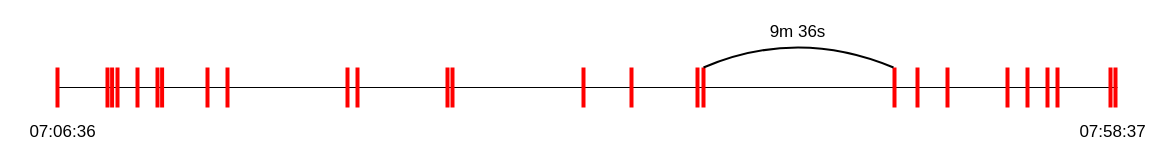
This is diagrams/sensor_eval.drawio from artis-project/artis-thesis, a draw.io file, before an edit. Source tidied: cells renumbered, new cells numbered last; positions are measured from the earlier drawing's top-left corner, leaving out a move shared by most shapes. Both pictures are drawn from the tidied source at 100%, with x=0, y=0 at pixel (17, 17).
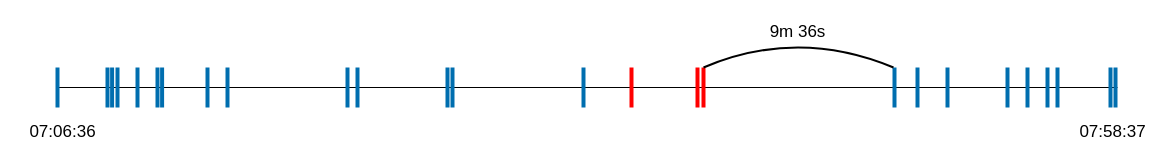
After the change.

What changed in the source:
```diff
@@
-    <mxCell id="4" style="endArrow=none;html=1;rounded=0;strokeColor=#ff0000;strokeWidth=4;" parent="1" edge="1">
+    <mxCell id="4" style="endArrow=none;html=1;rounded=0;strokeColor=#006EAF;strokeWidth=4;fillColor=#1ba1e2;" parent="1" edge="1">
       <mxGeometry relative="1" as="geometry">
         <mxPoint x="40" y="90" as="sourcePoint" />
         <mxPoint x="40" y="50" as="targetPoint" />
       </mxGeometry>
     </mxCell>
-    <mxCell id="5" style="endArrow=none;html=1;rounded=0;strokeColor=#ff0000;strokeWidth=4;" parent="1" edge="1">
+    <mxCell id="5" style="endArrow=none;html=1;rounded=0;strokeColor=#006EAF;strokeWidth=4;fillColor=#1ba1e2;" parent="1" edge="1">
       <mxGeometry relative="1" as="geometry">
         <mxPoint x="90" y="90" as="sourcePoint" />
         <mxPoint x="90" y="50" as="targetPoint" />
       </mxGeometry>
     </mxCell>
-    <mxCell id="6" style="endArrow=none;html=1;rounded=0;strokeColor=#ff0000;strokeWidth=4;" parent="1" edge="1">
+    <mxCell id="6" style="endArrow=none;html=1;rounded=0;strokeColor=#006EAF;strokeWidth=4;fillColor=#1ba1e2;" parent="1" edge="1">
       <mxGeometry relative="1" as="geometry">
         <mxPoint x="94.6" y="90" as="sourcePoint" />
         <mxPoint x="94.6" y="50" as="targetPoint" />
       </mxGeometry>
     </mxCell>
-    <mxCell id="7" style="endArrow=none;html=1;rounded=0;strokeColor=#ff0000;strokeWidth=4;" parent="1" edge="1">
+    <mxCell id="7" style="endArrow=none;html=1;rounded=0;strokeColor=#006EAF;strokeWidth=4;fillColor=#1ba1e2;" parent="1" edge="1">
       <mxGeometry relative="1" as="geometry">
         <mxPoint x="100" y="90" as="sourcePoint" />
         <mxPoint x="100" y="50" as="targetPoint" />
       </mxGeometry>
     </mxCell>
-    <mxCell id="8" style="endArrow=none;html=1;rounded=0;strokeColor=#ff0000;strokeWidth=4;" parent="1" edge="1">
+    <mxCell id="8" style="endArrow=none;html=1;rounded=0;strokeColor=#006EAF;strokeWidth=4;fillColor=#1ba1e2;" parent="1" edge="1">
       <mxGeometry relative="1" as="geometry">
         <mxPoint x="120" y="90" as="sourcePoint" />
         <mxPoint x="120" y="50" as="targetPoint" />
       </mxGeometry>
     </mxCell>
-    <mxCell id="9" style="endArrow=none;html=1;rounded=0;strokeColor=#ff0000;strokeWidth=4;" parent="1" edge="1">
+    <mxCell id="9" style="endArrow=none;html=1;rounded=0;strokeColor=#006EAF;strokeWidth=4;fillColor=#1ba1e2;" parent="1" edge="1">
       <mxGeometry relative="1" as="geometry">
         <mxPoint x="140" y="90" as="sourcePoint" />
         <mxPoint x="140" y="50" as="targetPoint" />
       </mxGeometry>
     </mxCell>
-    <mxCell id="10" style="endArrow=none;html=1;rounded=0;strokeColor=#ff0000;strokeWidth=4;" parent="1" edge="1">
+    <mxCell id="10" style="endArrow=none;html=1;rounded=0;strokeColor=#006EAF;strokeWidth=4;fillColor=#1ba1e2;" parent="1" edge="1">
       <mxGeometry relative="1" as="geometry">
         <mxPoint x="144.6" y="90" as="sourcePoint" />
         <mxPoint x="144.6" y="50" as="targetPoint" />
       </mxGeometry>
     </mxCell>
-    <mxCell id="11" style="endArrow=none;html=1;rounded=0;strokeColor=#ff0000;strokeWidth=4;" parent="1" edge="1">
+    <mxCell id="11" style="endArrow=none;html=1;rounded=0;strokeColor=#006EAF;strokeWidth=4;fillColor=#1ba1e2;" parent="1" edge="1">
       <mxGeometry relative="1" as="geometry">
         <mxPoint x="190" y="90" as="sourcePoint" />
         <mxPoint x="190" y="50" as="targetPoint" />
       </mxGeometry>
     </mxCell>
-    <mxCell id="12" style="endArrow=none;html=1;rounded=0;strokeColor=#ff0000;strokeWidth=4;" parent="1" edge="1">
+    <mxCell id="12" style="endArrow=none;html=1;rounded=0;strokeColor=#006EAF;strokeWidth=4;fillColor=#1ba1e2;" parent="1" edge="1">
       <mxGeometry relative="1" as="geometry">
         <mxPoint x="210" y="90" as="sourcePoint" />
         <mxPoint x="210" y="50" as="targetPoint" />
       </mxGeometry>
     </mxCell>
-    <mxCell id="13" style="endArrow=none;html=1;rounded=0;strokeColor=#ff0000;strokeWidth=4;" parent="1" edge="1">
+    <mxCell id="13" style="endArrow=none;html=1;rounded=0;strokeColor=#006EAF;strokeWidth=4;fillColor=#1ba1e2;" parent="1" edge="1">
       <mxGeometry relative="1" as="geometry">
         <mxPoint x="330" y="90" as="sourcePoint" />
         <mxPoint x="330" y="50" as="targetPoint" />
       </mxGeometry>
     </mxCell>
-    <mxCell id="14" style="endArrow=none;html=1;rounded=0;strokeColor=#ff0000;strokeWidth=4;" parent="1" edge="1">
+    <mxCell id="14" style="endArrow=none;html=1;rounded=0;strokeColor=#006EAF;strokeWidth=4;fillColor=#1ba1e2;" parent="1" edge="1">
       <mxGeometry relative="1" as="geometry">
         <mxPoint x="340" y="90" as="sourcePoint" />
         <mxPoint x="340" y="50" as="targetPoint" />
       </mxGeometry>
     </mxCell>
-    <mxCell id="15" style="endArrow=none;html=1;rounded=0;strokeColor=#ff0000;strokeWidth=4;" parent="1" edge="1">
+    <mxCell id="15" style="endArrow=none;html=1;rounded=0;strokeColor=#006EAF;strokeWidth=4;fillColor=#1ba1e2;" parent="1" edge="1">
       <mxGeometry relative="1" as="geometry">
         <mxPoint x="430" y="90" as="sourcePoint" />
         <mxPoint x="430" y="50" as="targetPoint" />
       </mxGeometry>
     </mxCell>
-    <mxCell id="16" style="endArrow=none;html=1;rounded=0;strokeColor=#ff0000;strokeWidth=4;" parent="1" edge="1">
+    <mxCell id="16" style="endArrow=none;html=1;rounded=0;strokeColor=#006EAF;strokeWidth=4;fillColor=#1ba1e2;" parent="1" edge="1">
       <mxGeometry relative="1" as="geometry">
         <mxPoint x="435" y="90" as="sourcePoint" />
         <mxPoint x="435" y="50" as="targetPoint" />
       </mxGeometry>
     </mxCell>
-    <mxCell id="17" style="endArrow=none;html=1;rounded=0;strokeColor=#ff0000;strokeWidth=4;" parent="1" edge="1">
+    <mxCell id="17" style="endArrow=none;html=1;rounded=0;strokeColor=#006EAF;strokeWidth=4;fillColor=#1ba1e2;" parent="1" edge="1">
       <mxGeometry relative="1" as="geometry">
         <mxPoint x="566" y="90" as="sourcePoint" />
         <mxPoint x="566" y="50" as="targetPoint" />
       </mxGeometry>
     </mxCell>
-    <mxCell id="18" style="endArrow=none;html=1;rounded=0;strokeColor=#ff0000;strokeWidth=4;" parent="1" edge="1">
+    <mxCell id="18" style="endArrow=none;html=1;rounded=0;strokeColor=#ff0000;strokeWidth=4;fillColor=#e51400;" parent="1" edge="1">
       <mxGeometry relative="1" as="geometry">
         <mxPoint x="614" y="90" as="sourcePoint" />
         <mxPoint x="614" y="50" as="targetPoint" />
       </mxGeometry>
     </mxCell>
-    <mxCell id="19" style="endArrow=none;html=1;rounded=0;strokeColor=#ff0000;strokeWidth=4;" parent="1" edge="1">
+    <mxCell id="19" style="endArrow=none;html=1;rounded=0;strokeColor=#ff0000;strokeWidth=4;fillColor=#e51400;" parent="1" edge="1">
       <mxGeometry relative="1" as="geometry">
         <mxPoint x="680" y="90" as="sourcePoint" />
         <mxPoint x="680" y="50" as="targetPoint" />
       </mxGeometry>
     </mxCell>
-    <mxCell id="20" style="endArrow=none;html=1;rounded=0;strokeColor=#ff0000;strokeWidth=4;" parent="1" edge="1">
+    <mxCell id="20" style="endArrow=none;html=1;rounded=0;strokeColor=#ff0000;strokeWidth=4;fillColor=#e51400;" parent="1" edge="1">
       <mxGeometry relative="1" as="geometry">
         <mxPoint x="686" y="90" as="sourcePoint" />
         <mxPoint x="686" y="50" as="targetPoint" />
       </mxGeometry>
     </mxCell>
-    <mxCell id="21" style="endArrow=none;html=1;rounded=0;strokeColor=#ff0000;strokeWidth=4;" parent="1" edge="1">
+    <mxCell id="21" style="endArrow=none;html=1;rounded=0;strokeColor=#006EAF;strokeWidth=4;fillColor=#1ba1e2;" parent="1" edge="1">
       <mxGeometry relative="1" as="geometry">
         <mxPoint x="877" y="90" as="sourcePoint" />
         <mxPoint x="877" y="50" as="targetPoint" />
       </mxGeometry>
     </mxCell>
-    <mxCell id="22" style="endArrow=none;html=1;rounded=0;strokeColor=#ff0000;strokeWidth=4;" parent="1" edge="1">
+    <mxCell id="22" style="endArrow=none;html=1;rounded=0;strokeColor=#006EAF;strokeWidth=4;fillColor=#1ba1e2;" parent="1" edge="1">
       <mxGeometry relative="1" as="geometry">
         <mxPoint x="900" y="90" as="sourcePoint" />
         <mxPoint x="900" y="50" as="targetPoint" />
       </mxGeometry>
     </mxCell>
-    <mxCell id="23" style="endArrow=none;html=1;rounded=0;strokeColor=#ff0000;strokeWidth=4;" parent="1" edge="1">
+    <mxCell id="23" style="endArrow=none;html=1;rounded=0;strokeColor=#006EAF;strokeWidth=4;fillColor=#1ba1e2;" parent="1" edge="1">
       <mxGeometry relative="1" as="geometry">
         <mxPoint x="930" y="90" as="sourcePoint" />
         <mxPoint x="930" y="50" as="targetPoint" />
       </mxGeometry>
     </mxCell>
-    <mxCell id="24" style="endArrow=none;html=1;rounded=0;strokeColor=#ff0000;strokeWidth=4;" parent="1" edge="1">
+    <mxCell id="24" style="endArrow=none;html=1;rounded=0;strokeColor=#006EAF;strokeWidth=4;fillColor=#1ba1e2;" parent="1" edge="1">
       <mxGeometry relative="1" as="geometry">
         <mxPoint x="990" y="90" as="sourcePoint" />
         <mxPoint x="990" y="50" as="targetPoint" />
       </mxGeometry>
     </mxCell>
-    <mxCell id="25" style="endArrow=none;html=1;rounded=0;strokeColor=#ff0000;strokeWidth=4;" parent="1" edge="1">
+    <mxCell id="25" style="endArrow=none;html=1;rounded=0;strokeColor=#006EAF;strokeWidth=4;fillColor=#1ba1e2;" parent="1" edge="1">
       <mxGeometry relative="1" as="geometry">
         <mxPoint x="1010" y="90" as="sourcePoint" />
         <mxPoint x="1010" y="50" as="targetPoint" />
       </mxGeometry>
     </mxCell>
-    <mxCell id="26" style="endArrow=none;html=1;rounded=0;strokeColor=#ff0000;strokeWidth=4;" parent="1" edge="1">
+    <mxCell id="26" style="endArrow=none;html=1;rounded=0;strokeColor=#006EAF;strokeWidth=4;fillColor=#1ba1e2;" parent="1" edge="1">
       <mxGeometry relative="1" as="geometry">
         <mxPoint x="1030" y="90" as="sourcePoint" />
         <mxPoint x="1030" y="50" as="targetPoint" />
       </mxGeometry>
     </mxCell>
-    <mxCell id="27" style="endArrow=none;html=1;rounded=0;strokeColor=#ff0000;strokeWidth=4;" parent="1" edge="1">
+    <mxCell id="27" style="endArrow=none;html=1;rounded=0;strokeColor=#006EAF;strokeWidth=4;fillColor=#1ba1e2;" parent="1" edge="1">
       <mxGeometry relative="1" as="geometry">
         <mxPoint x="1040" y="90" as="sourcePoint" />
         <mxPoint x="1040" y="50" as="targetPoint" />
       </mxGeometry>
     </mxCell>
-    <mxCell id="28" style="endArrow=none;html=1;rounded=0;strokeColor=#ff0000;strokeWidth=4;" parent="1" edge="1">
+    <mxCell id="28" style="endArrow=none;html=1;rounded=0;strokeColor=#006EAF;strokeWidth=4;fillColor=#1ba1e2;" parent="1" edge="1">
       <mxGeometry relative="1" as="geometry">
         <mxPoint x="1093" y="90" as="sourcePoint" />
         <mxPoint x="1093" y="50" as="targetPoint" />
       </mxGeometry>
     </mxCell>
-    <mxCell id="29" style="endArrow=none;html=1;rounded=0;strokeColor=#ff0000;strokeWidth=4;" parent="1" edge="1">
+    <mxCell id="29" style="endArrow=none;html=1;rounded=0;strokeColor=#006EAF;strokeWidth=4;fillColor=#1ba1e2;" parent="1" edge="1">
       <mxGeometry relative="1" as="geometry">
         <mxPoint x="1098" y="90" as="sourcePoint" />
         <mxPoint x="1098" y="50" as="targetPoint" />
       </mxGeometry>
     </mxCell>
```
